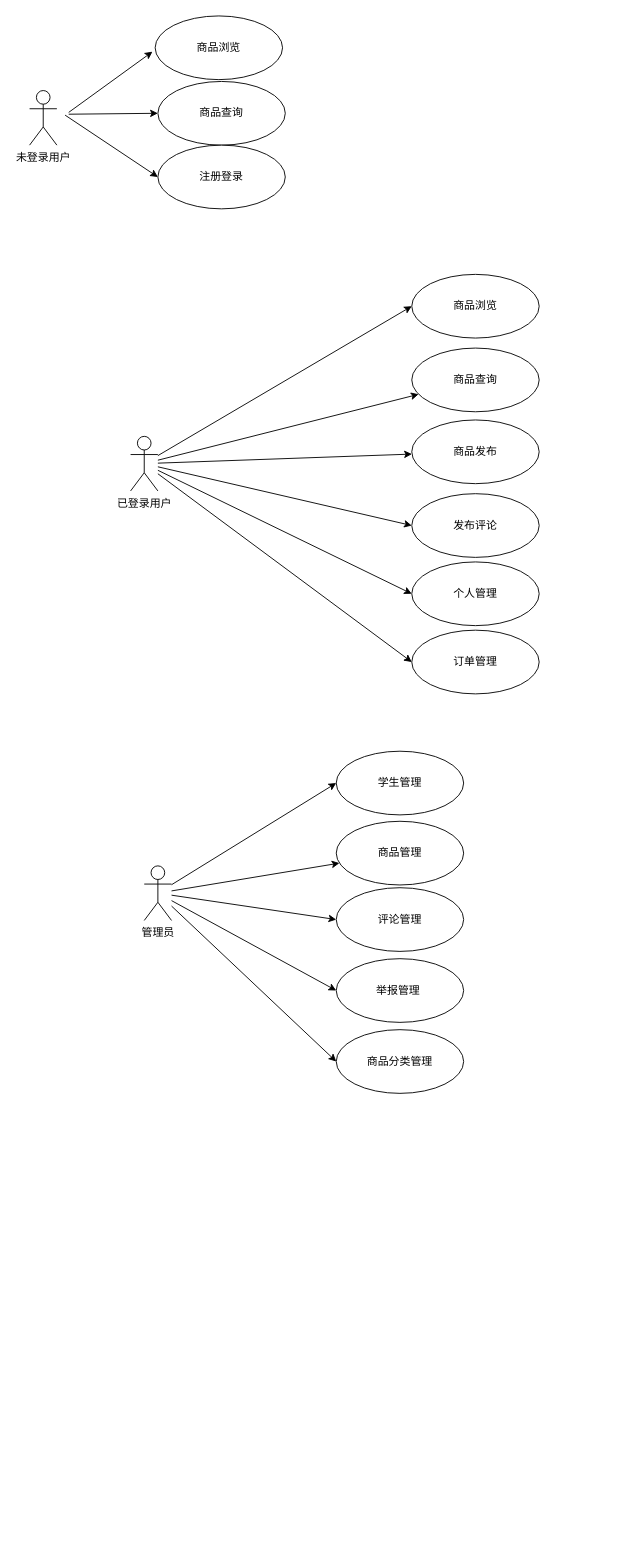
Earlier version of the draw.io diagram 未命名绘图.drawio (Allblue-carp/DD). Source tidied: cells renumbered, new cells numbered last; positions are measured from the earlier drawing's top-left corner, leaving out a move shared by most shapes. Both pictures are drawn from the tidied source at 91%, with x=0, y=0 at pixel (29, 15).
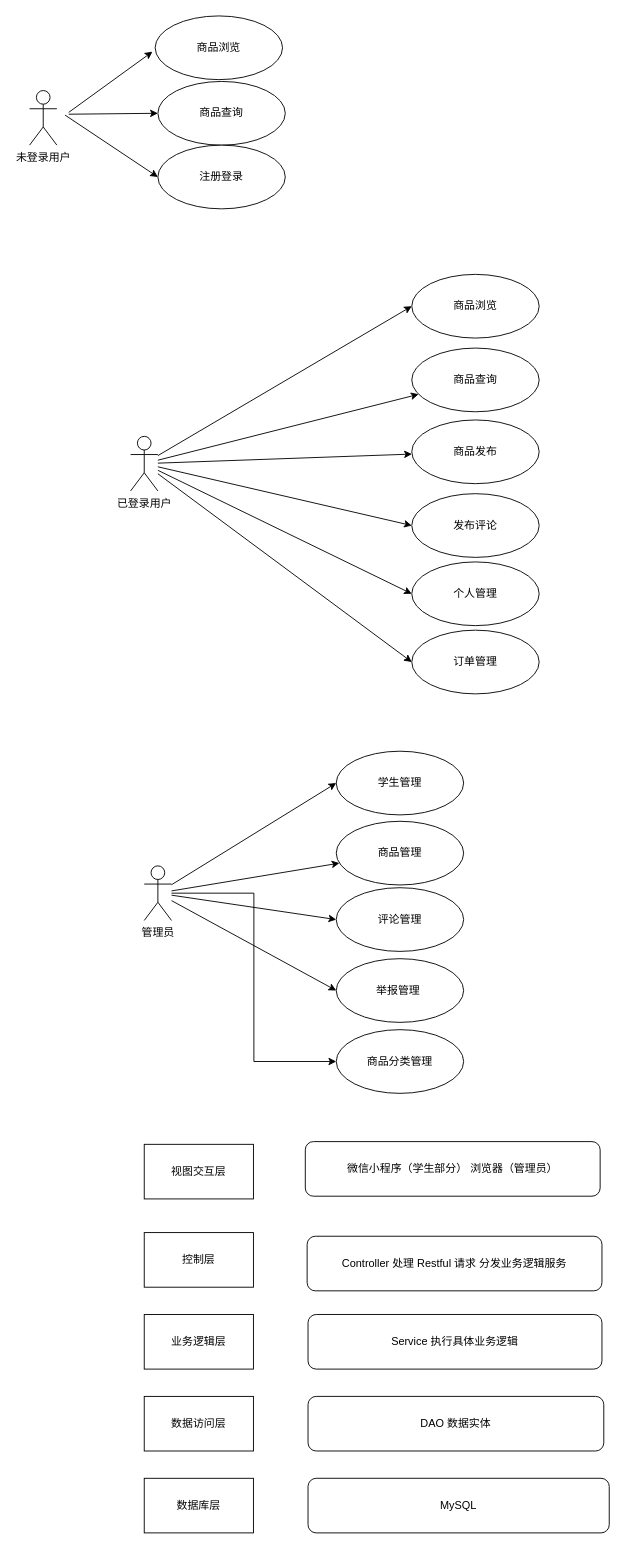
Above is the later version.

Commit message:
更新未命名绘图.drawio

The change refers to these unchanged cells:
```xml
<mxCell id="27" value="管理员" style="shape=umlActor;verticalLabelPosition=bottom;verticalAlign=top;html=1;" parent="1" vertex="1">
  <mxGeometry x="126" y="934" width="30" height="60" as="geometry" />
</mxCell>
<mxCell id="32" value="商品分类管理" style="ellipse;whiteSpace=wrap;html=1;" parent="1" vertex="1">
  <mxGeometry x="337" y="1114" width="140" height="70" as="geometry" />
</mxCell>
```

The edit, as a diff of the source:
```diff
@@
-    <mxCell id="26" style="rounded=0;jettySize=auto;html=1;entryX=0;entryY=0.5;entryDx=0;entryDy=0;" parent="1" edge="1" source="27" target="32">
+    <mxCell id="26" style="edgeStyle=orthogonalEdgeStyle;rounded=0;jettySize=auto;html=1;entryX=0;entryY=0.5;entryDx=0;entryDy=0;" parent="1" edge="1" source="27" target="32">
       <mxGeometry relative="1" as="geometry" />
     </mxCell>
@@
+    <mxCell id="33" value="视图交互层" style="rounded=0;whiteSpace=wrap;html=1;" parent="1" vertex="1">
+      <mxGeometry x="126" y="1240" width="120" height="60" as="geometry" />
+    </mxCell>
+    <mxCell id="34" value="控制层" style="rounded=0;whiteSpace=wrap;html=1;" parent="1" vertex="1">
+      <mxGeometry x="126" y="1337" width="120" height="60" as="geometry" />
+    </mxCell>
+    <mxCell id="35" value="业务逻辑层" style="rounded=0;whiteSpace=wrap;html=1;" parent="1" vertex="1">
+      <mxGeometry x="126" y="1427" width="120" height="60" as="geometry" />
+    </mxCell>
+    <mxCell id="36" value="数据访问层" style="rounded=0;whiteSpace=wrap;html=1;" parent="1" vertex="1">
+      <mxGeometry x="126" y="1517" width="120" height="60" as="geometry" />
+    </mxCell>
+    <mxCell id="37" value="数据库层" style="rounded=0;whiteSpace=wrap;html=1;" parent="1" vertex="1">
+      <mxGeometry x="126" y="1607" width="120" height="60" as="geometry" />
+    </mxCell>
+    <mxCell id="38" value="微信小程序（学生部分） 浏览器（管理员）" style="rounded=1;whiteSpace=wrap;html=1;" parent="1" vertex="1">
+      <mxGeometry x="303" y="1237" width="324" height="60" as="geometry" />
+    </mxCell>
+    <mxCell id="39" value="Controller 处理 Restful 请求 分发业务逻辑服务" style="rounded=1;whiteSpace=wrap;html=1;" parent="1" vertex="1">
+      <mxGeometry x="305" y="1341" width="324" height="60" as="geometry" />
+    </mxCell>
+    <mxCell id="40" value="Service 执行具体业务逻辑" style="rounded=1;whiteSpace=wrap;html=1;" parent="1" vertex="1">
+      <mxGeometry x="306" y="1427" width="323" height="60" as="geometry" />
+    </mxCell>
+    <mxCell id="41" value="DAO 数据实体" style="rounded=1;whiteSpace=wrap;html=1;" parent="1" vertex="1">
+      <mxGeometry x="306" y="1517" width="325" height="60" as="geometry" />
+    </mxCell>
+    <mxCell id="42" value="MySQL" style="rounded=1;whiteSpace=wrap;html=1;" parent="1" vertex="1">
+      <mxGeometry x="306" y="1607" width="331" height="60" as="geometry" />
+    </mxCell>
```
